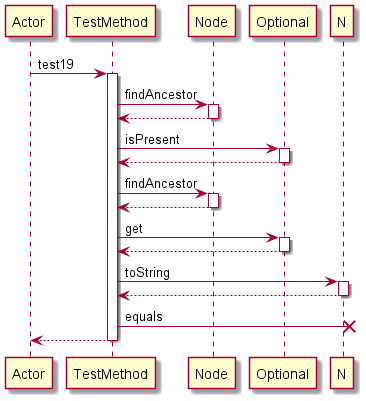
Earlier version of the PlantUML export Diagrams/test19.png (manucapo/Gardener). Its diagram source:
```plantuml
@startuml
participant Actor
Actor -> TestMethod: test19
activate TestMethod
TestMethod -> Node: findAncestor
activate Node
Node-->TestMethod
deactivate Node
TestMethod -> Optional: isPresent
activate Optional
Optional-->TestMethod
deactivate Optional
TestMethod -> Node: findAncestor
activate Node
Node-->TestMethod
deactivate Node
TestMethod -> Optional: get
activate Optional
Optional-->TestMethod
deactivate Optional
TestMethod -> N: toString
activate N
N-->TestMethod
deactivate N
TestMethod ->x] : equals
return
@enduml
```
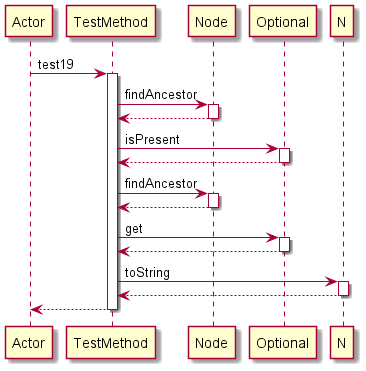
The same diagram one commit later.

Diff of the diagram source:
```diff
@@ -22,6 +22,5 @@
 activate N
 N-->TestMethod
 deactivate N
-TestMethod ->x] : equals
 return
 @enduml
```
